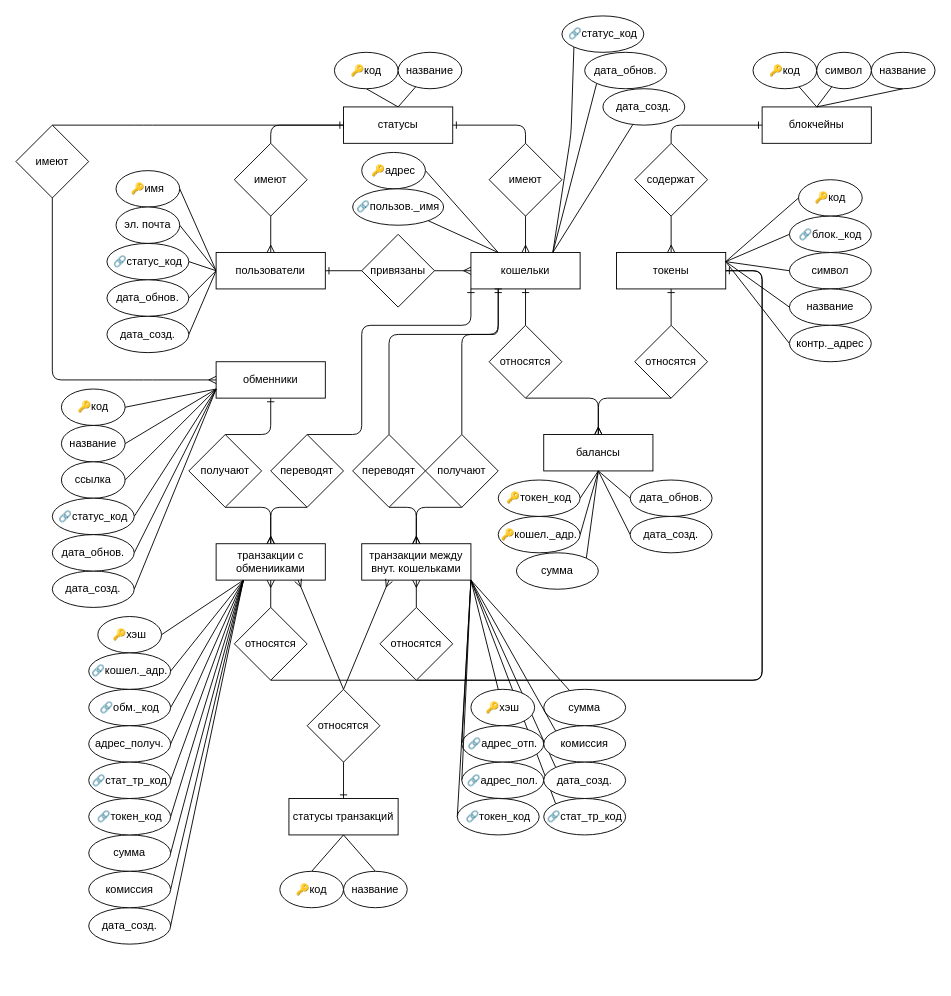
The draw.io diagram docs/detailed_er_model.drawio in unkn-s0urc3/Cryptocurrency, before the edit. Source tidied: cells renumbered, new cells numbered last; positions are measured from the earlier drawing's top-left corner, leaving out a move shared by most shapes. Both pictures are drawn from the tidied source at 91%, with x=0, y=0 at pixel (15, 15).
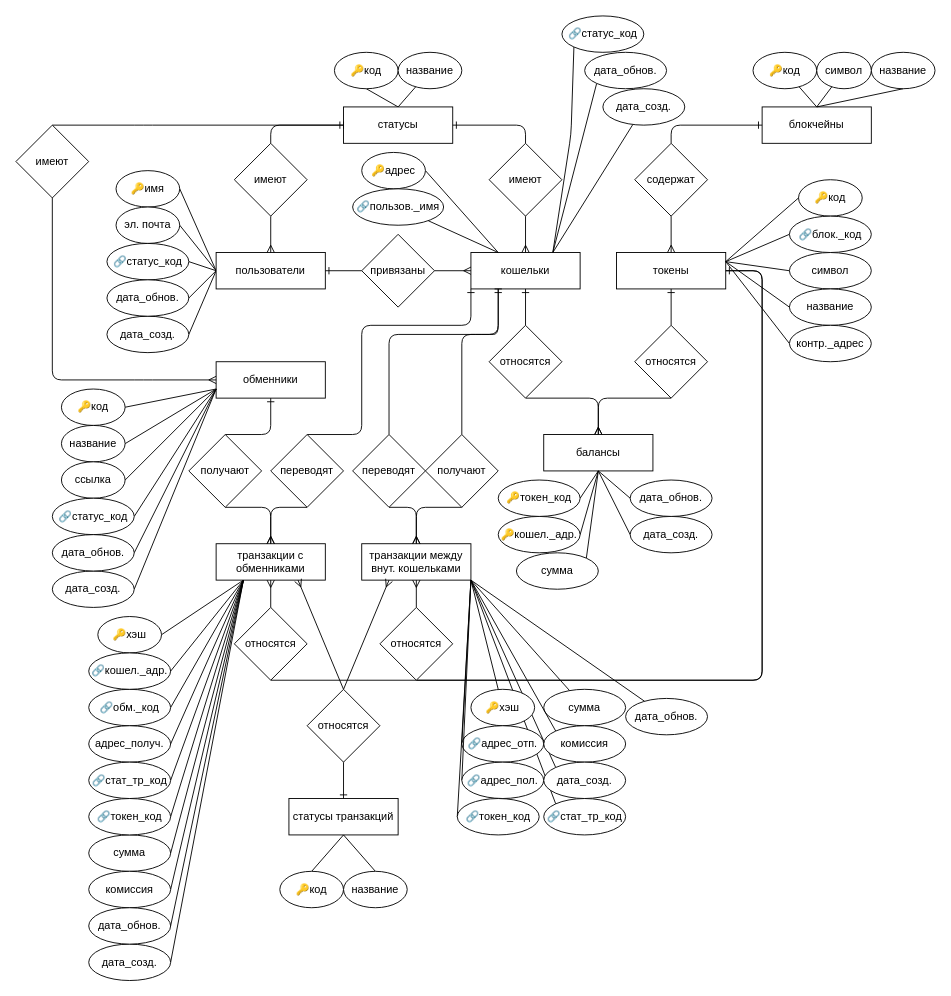
Above is the later version.

Commit message (it also covers changes not shown here):
Delete idef1x, make new one. Change detailed_er_model. Change script for creating database. Create script for adding data.

The change refers to these unchanged cells:
```xml
<mxCell id="32" value="транзакции между&lt;div&gt;внут. кошельками&lt;/div&gt;" style="rounded=0;whiteSpace=wrap;html=1;" parent="1" vertex="1">
  <mxGeometry x="380" y="580" width="120" height="40" as="geometry" />
</mxCell>
```

Change to the diagram source:
```diff
@@
     <mxCell id="12" value="&lt;span style=&quot;color: rgb(0, 0, 0);&quot;&gt;дата_созд.&lt;/span&gt;" style="ellipse;whiteSpace=wrap;html=1;" parent="1" vertex="1">
-      <mxGeometry x="80" y="980" width="90" height="40" as="geometry" />
+      <mxGeometry x="80" y="1020" width="90" height="40" as="geometry" />
     </mxCell>
@@
-    <mxCell id="33" value="транзакции с обменииками" style="rounded=0;whiteSpace=wrap;html=1;" parent="1" vertex="1">
+    <mxCell id="33" value="транзакции с обменниками" style="rounded=0;whiteSpace=wrap;html=1;" parent="1" vertex="1">
       <mxGeometry x="220" y="580" width="120" height="40" as="geometry" />
     </mxCell>
@@
+    <mxCell id="155" style="edgeStyle=none;html=1;entryX=0.25;entryY=1;entryDx=0;entryDy=0;exitX=1;exitY=0.5;exitDx=0;exitDy=0;endArrow=none;endFill=0;" parent="1" edge="1" source="156" target="33">
+      <mxGeometry relative="1" as="geometry" />
+    </mxCell>
+    <mxCell id="156" value="&lt;span style=&quot;color: rgb(0, 0, 0);&quot;&gt;дата_обнов.&lt;/span&gt;" style="ellipse;whiteSpace=wrap;html=1;" parent="1" vertex="1">
+      <mxGeometry x="80" y="980" width="90" height="40" as="geometry" />
+    </mxCell>
+    <mxCell id="157" style="edgeStyle=none;html=1;entryX=1;entryY=1;entryDx=0;entryDy=0;endArrow=none;endFill=0;" parent="1" edge="1" source="158" target="32">
+      <mxGeometry relative="1" as="geometry" />
+    </mxCell>
+    <mxCell id="158" value="&lt;span style=&quot;color: rgb(0, 0, 0);&quot;&gt;дата_обнов.&lt;/span&gt;" style="ellipse;whiteSpace=wrap;html=1;" parent="1" vertex="1">
+      <mxGeometry x="670" y="750" width="90" height="40" as="geometry" />
+    </mxCell>
```
